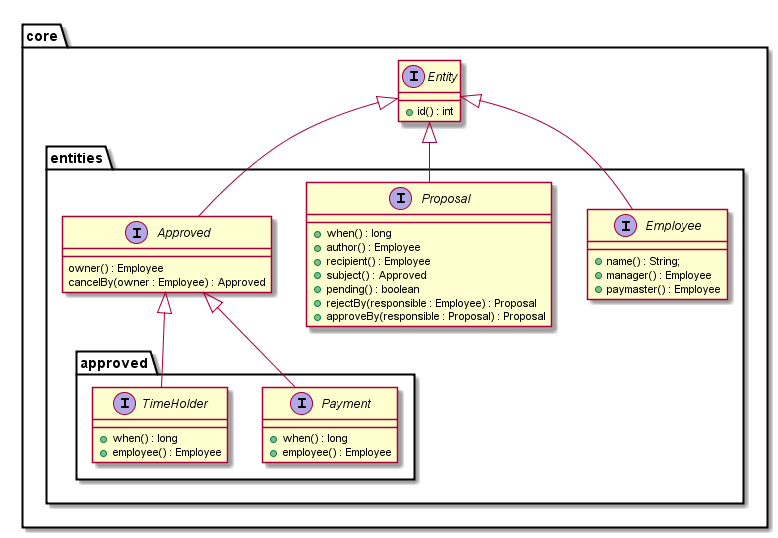
Earlier version of the PlantUML export diagrams/classes/domain.png (JohnKhandygo/employee-managment).
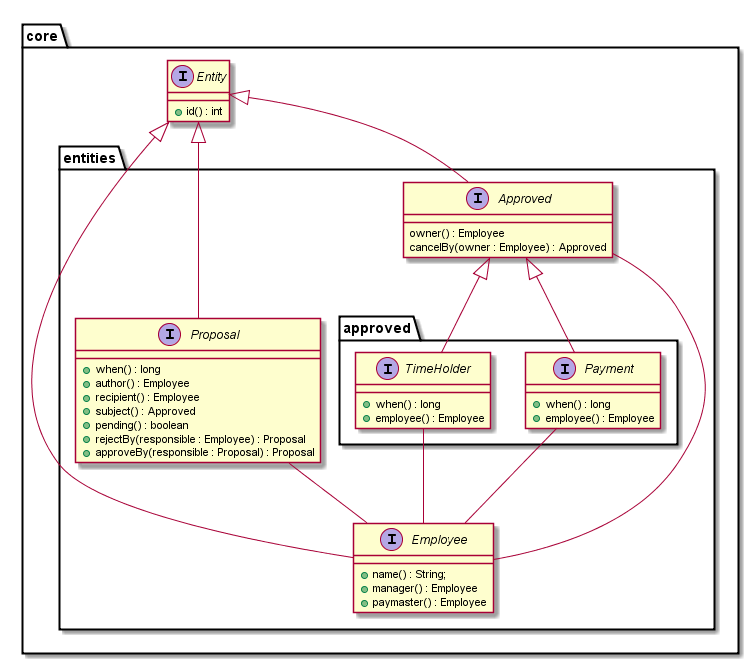
Above is the later version.

Commit message:
#9 update core class diagram.

Change to the diagram source:
```diff
@@ -50,4 +50,9 @@
   }
 }
 
+Proposal -- Employee
+Approved -- Employee
+TimeHolder -- Employee
+Payment-- Employee
+
 @enduml
```
